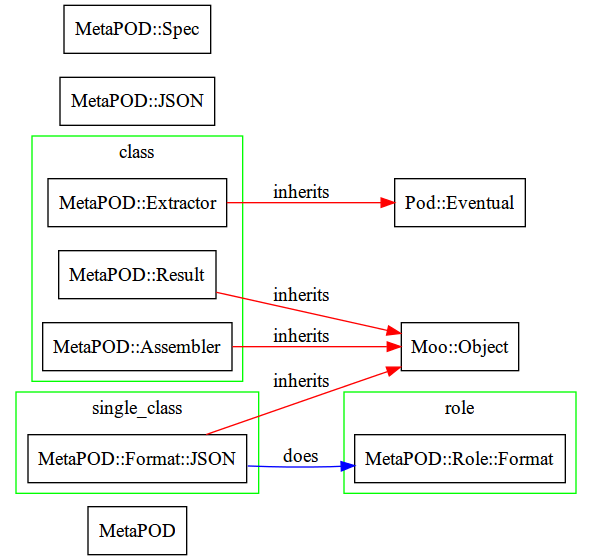
Above: examples/self_structure.png in gitpan/MetaPOD (Graphviz), before the change. Its source is kept beside it as examples/self_structure.dot.
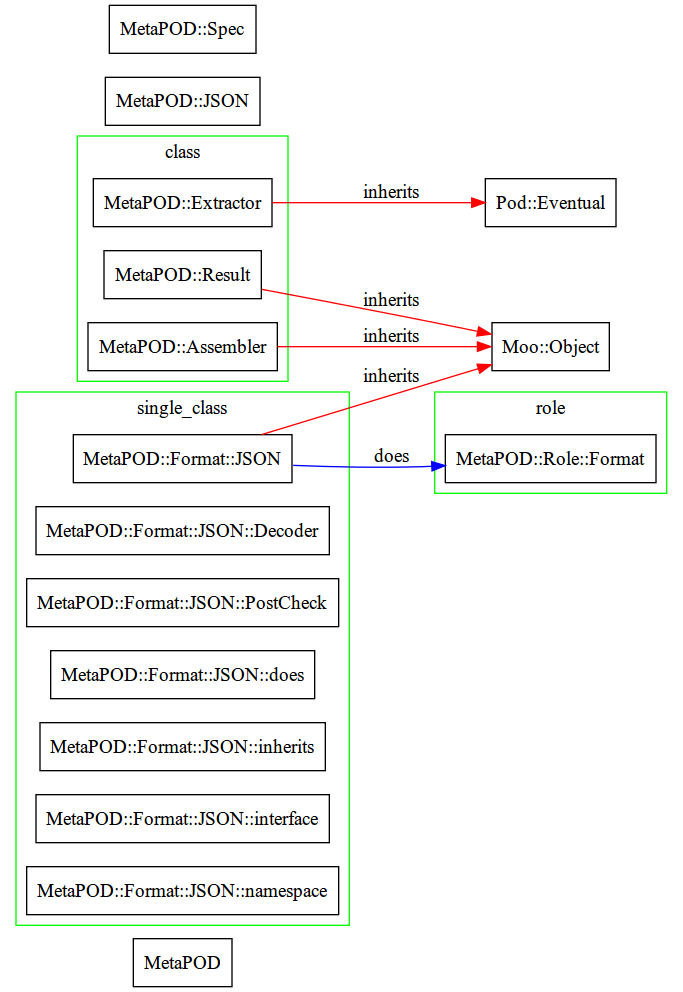
Later version of the same file.

What changed in the source:
```diff
@@ -21,6 +21,12 @@
 	subgraph cluster_single_class {
 		color="green"; label="single_class";
 		node8 [label="MetaPOD::Format::JSON"];
+		node10 [label="MetaPOD::Format::JSON::Decoder"];
+		node11 [label="MetaPOD::Format::JSON::PostCheck"];
+		node12 [label="MetaPOD::Format::JSON::does"];
+		node13 [label="MetaPOD::Format::JSON::inherits"];
+		node14 [label="MetaPOD::Format::JSON::interface"];
+		node15 [label="MetaPOD::Format::JSON::namespace"];
 	}
 	subgraph cluster_role {
 		color="green"; label="role";
```
